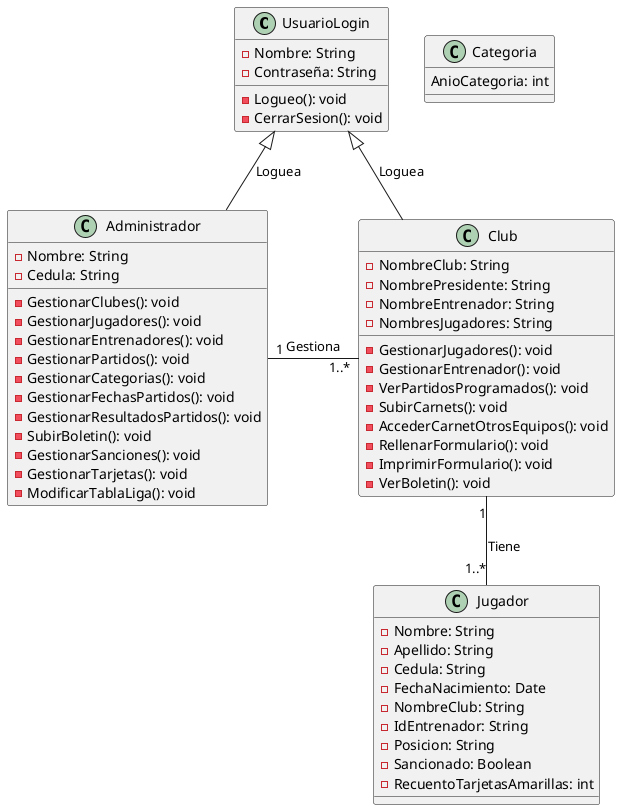
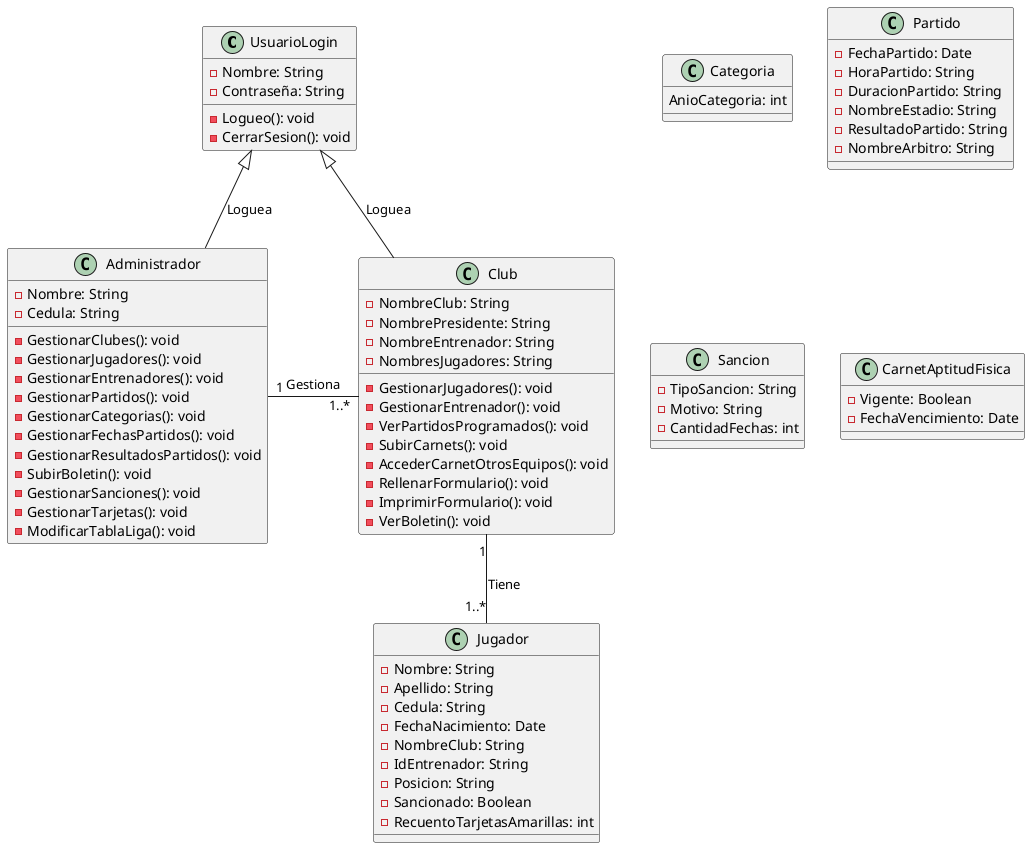
@startuml Final

class UsuarioLogin {
    -Nombre: String
    -Contraseña: String

    -Logueo(): void
    -CerrarSesion(): void

}

class Administrador {
    -Nombre: String
    -Cedula: String

    -GestionarClubes(): void
    -GestionarJugadores(): void
    -GestionarEntrenadores(): void
    -GestionarPartidos(): void
    -GestionarCategorias(): void
    -GestionarFechasPartidos(): void
    -GestionarResultadosPartidos(): void
    -SubirBoletin(): void
    -GestionarSanciones(): void
    -GestionarTarjetas(): void
    -ModificarTablaLiga(): void
}

class Club {
    -NombreClub: String
    -NombrePresidente: String
    -NombreEntrenador: String
    -NombresJugadores: String

    -GestionarJugadores(): void
    -GestionarEntrenador(): void
    -VerPartidosProgramados(): void
    -SubirCarnets(): void
    -AccederCarnetOtrosEquipos(): void
    -RellenarFormulario(): void
    -ImprimirFormulario(): void
    -VerBoletin(): void
}

class Jugador {
    -Nombre: String
    -Apellido: String
    -Cedula: String
    -FechaNacimiento: Date
    -NombreClub: String
    -IdEntrenador: String
    -Posicion: String
    -Sancionado: Boolean
    -RecuentoTarjetasAmarillas: int
}

class Categoria {
    AnioCategoria: int
}

+ class Partido {
+     -FechaPartido: Date
+     -HoraPartido: String
+     -DuracionPartido: String
+     -NombreEstadio: String
+     -ResultadoPartido: String
+     -NombreArbitro: String
+ }
+ 
+ class Sancion {
+     -TipoSancion: String
+     -Motivo: String
+     -CantidadFechas: int
+ }
+ 
+ class CarnetAptitudFisica {
+     -Vigente: Boolean
+     -FechaVencimiento: Date
+ }
+ 
UsuarioLogin <|-- Administrador: Loguea
UsuarioLogin <|-- Club: Loguea
Administrador "1" -right- "1..*" Club: Gestiona
Club "1" -down- "1..*" Jugador: Tiene

@enduml